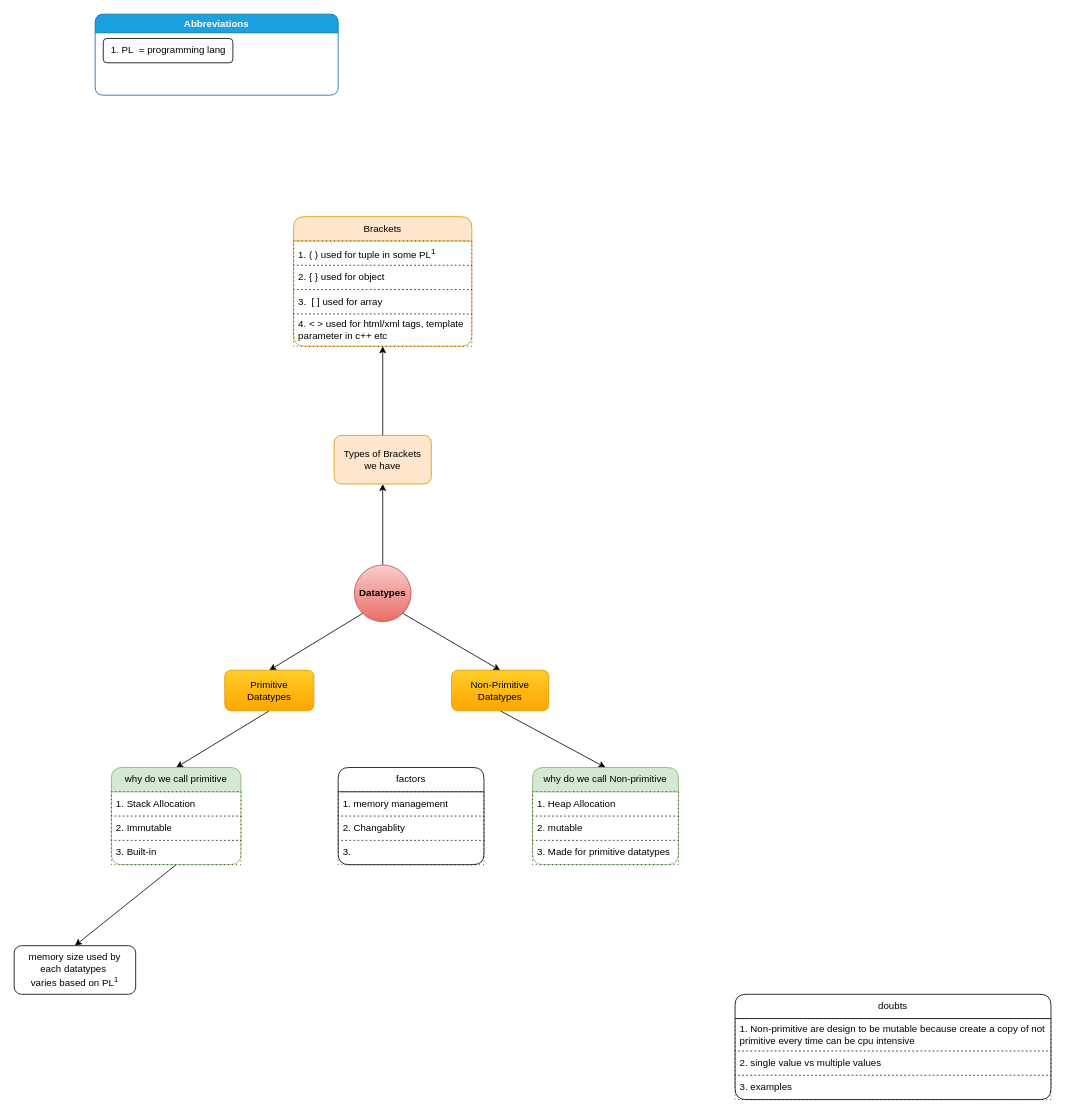
knkrn5/Programming-Concepts keeps this draw.io diagram as ⭐programming-langs/datatypes.dio. Above is the earlier version. Source tidied: cells renumbered, new cells numbered last; positions are measured from the earlier drawing's top-left corner, leaving out a move shared by most shapes. Both pictures are drawn from the tidied source at 81%, with x=0, y=0 at pixel (14, 14).
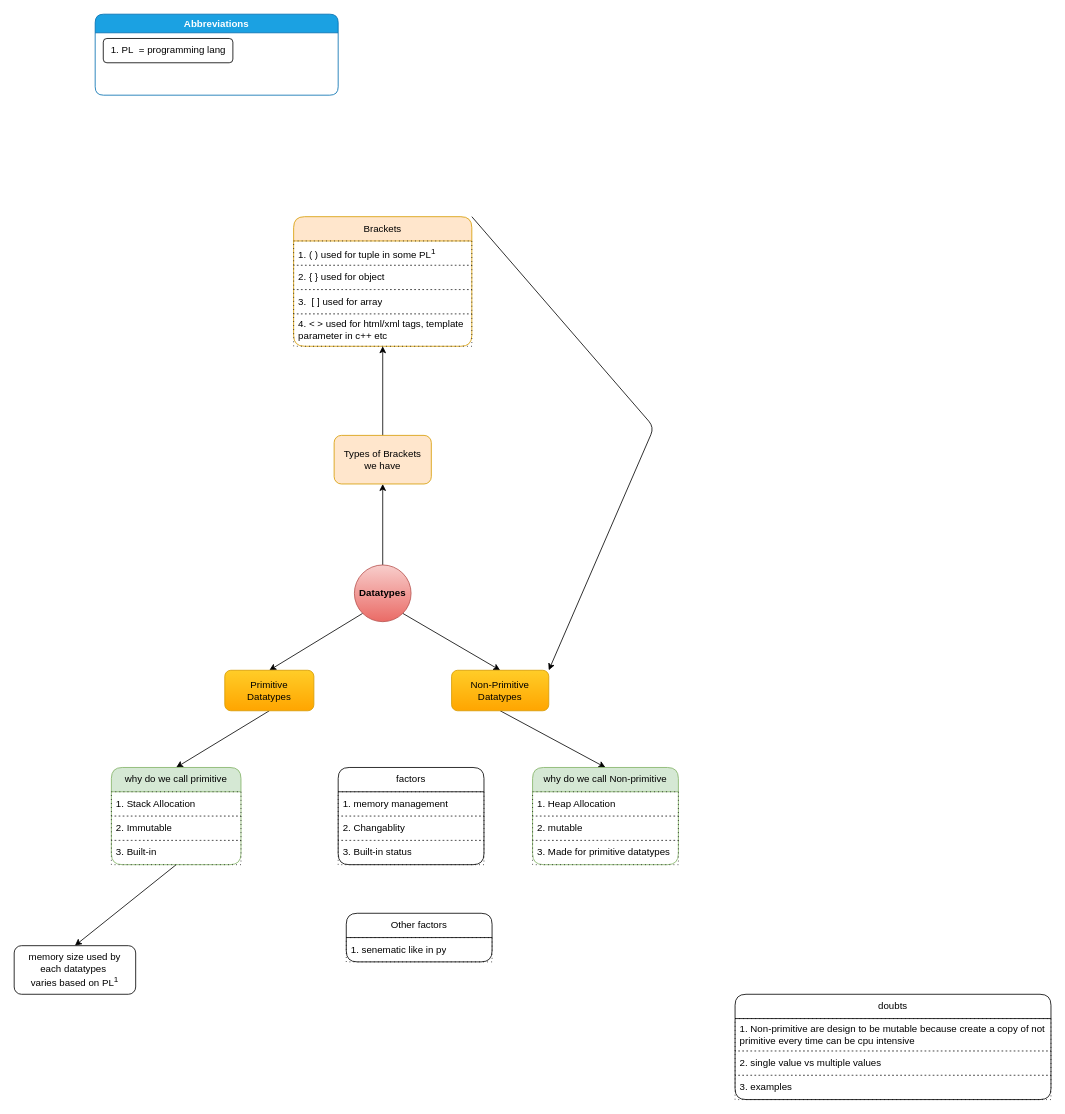
Above is the later version.

The change refers to these unchanged cells:
```xml
<mxCell id="9" value="&lt;font style=&quot;color: light-dark(rgb(0, 0, 0), rgb(255, 255, 255));&quot;&gt;Non-Primitive&lt;/font&gt;&lt;div&gt;&lt;font style=&quot;color: light-dark(rgb(0, 0, 0), rgb(255, 255, 255));&quot;&gt;Datatypes&lt;/font&gt;&lt;/div&gt;" style="rounded=1;whiteSpace=wrap;html=1;fillColor=#ffcd28;gradientColor=#ffa500;strokeColor=#d79b00;" parent="1" vertex="1">
  <mxGeometry x="540" y="810" width="120" height="50" as="geometry" />
</mxCell>
<mxCell id="19" value="factors" style="swimlane;fontStyle=0;horizontal=1;startSize=30;whiteSpace=wrap;html=1;rounded=1;" parent="1" vertex="1">
  <mxGeometry x="400" y="930" width="180" height="120" as="geometry" />
</mxCell>
<mxCell id="23" value="Brackets" style="swimlane;fontStyle=0;horizontal=1;startSize=30;whiteSpace=wrap;html=1;rounded=1;fillColor=#ffe6cc;strokeColor=#d79b00;" parent="1" vertex="1">
  <mxGeometry x="345" y="250" width="220" height="160" as="geometry" />
</mxCell>
```

Diff of the diagram source:
```diff
@@
-    <mxCell id="22" value="3.&amp;nbsp;" style="text;strokeColor=default;fillColor=none;align=left;verticalAlign=middle;spacingLeft=4;spacingRight=4;overflow=hidden;whiteSpace=wrap;html=1;dashed=1;dashPattern=1 4;" parent="19" vertex="1">
+    <mxCell id="22" value="3. Built-in status" style="text;strokeColor=default;fillColor=none;align=left;verticalAlign=middle;spacingLeft=4;spacingRight=4;overflow=hidden;whiteSpace=wrap;html=1;dashed=1;dashPattern=1 4;" parent="19" vertex="1">
       <mxGeometry y="90" width="180" height="30" as="geometry" />
     </mxCell>
+    <mxCell id="37" value="Other factors" style="swimlane;fontStyle=0;horizontal=1;startSize=30;whiteSpace=wrap;html=1;rounded=1;" parent="1" vertex="1">
+      <mxGeometry x="410" y="1110" width="180" height="60" as="geometry" />
+    </mxCell>
+    <mxCell id="38" value="1. senematic like in py" style="text;strokeColor=default;fillColor=none;align=left;verticalAlign=middle;spacingLeft=4;spacingRight=4;overflow=hidden;whiteSpace=wrap;html=1;dashed=1;dashPattern=1 4;" parent="37" vertex="1">
+      <mxGeometry y="30" width="180" height="30" as="geometry" />
+    </mxCell>
+    <mxCell id="39" style="edgeStyle=none;html=1;exitX=1;exitY=0;exitDx=0;exitDy=0;entryX=1;entryY=0;entryDx=0;entryDy=0;" parent="1" edge="1" source="23" target="9">
+      <mxGeometry relative="1" as="geometry">
+        <Array as="points">
+          <mxPoint x="790" y="510" />
+        </Array>
+      </mxGeometry>
+    </mxCell>
```
